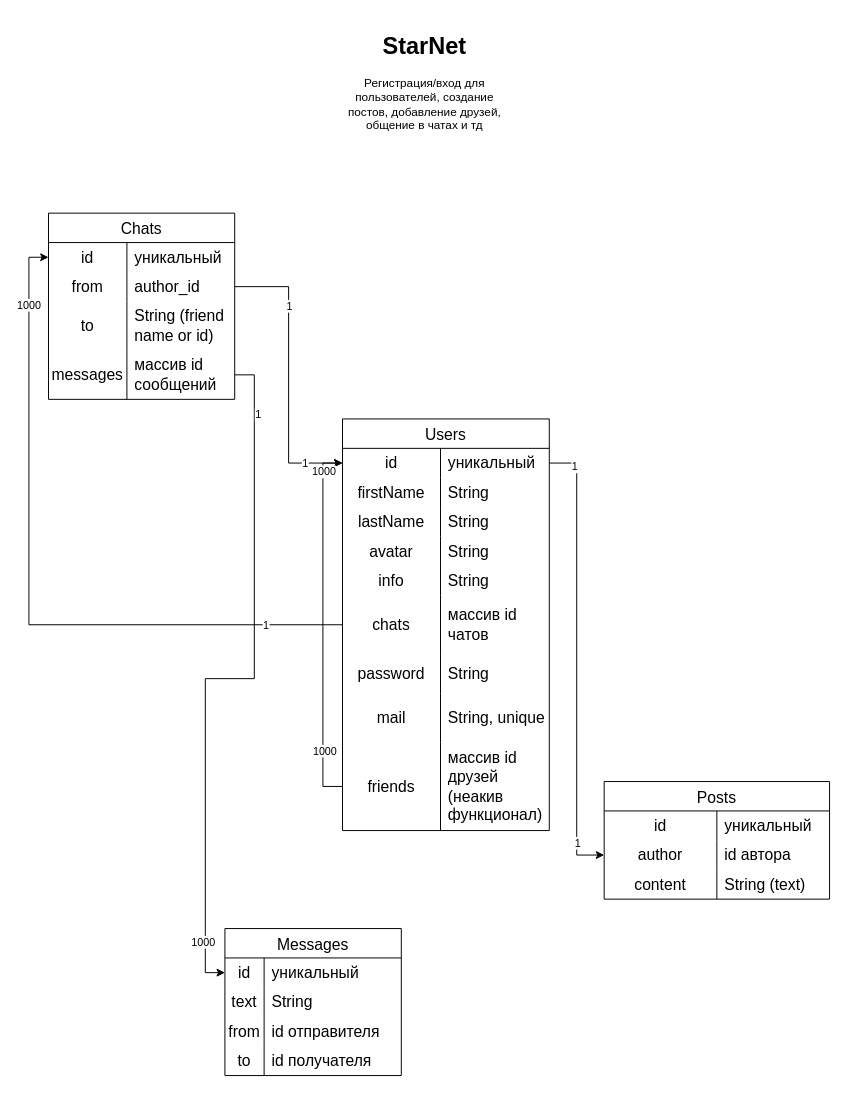
The draw.io diagram app-diagram.drawio in Roman3205/social-network-app, before the edit. Source tidied: cells renumbered, new cells numbered last; positions are measured from the earlier drawing's top-left corner, leaving out a move shared by most shapes. Both pictures are drawn from the tidied source at 98%, with x=0, y=0 at pixel (48, 26).
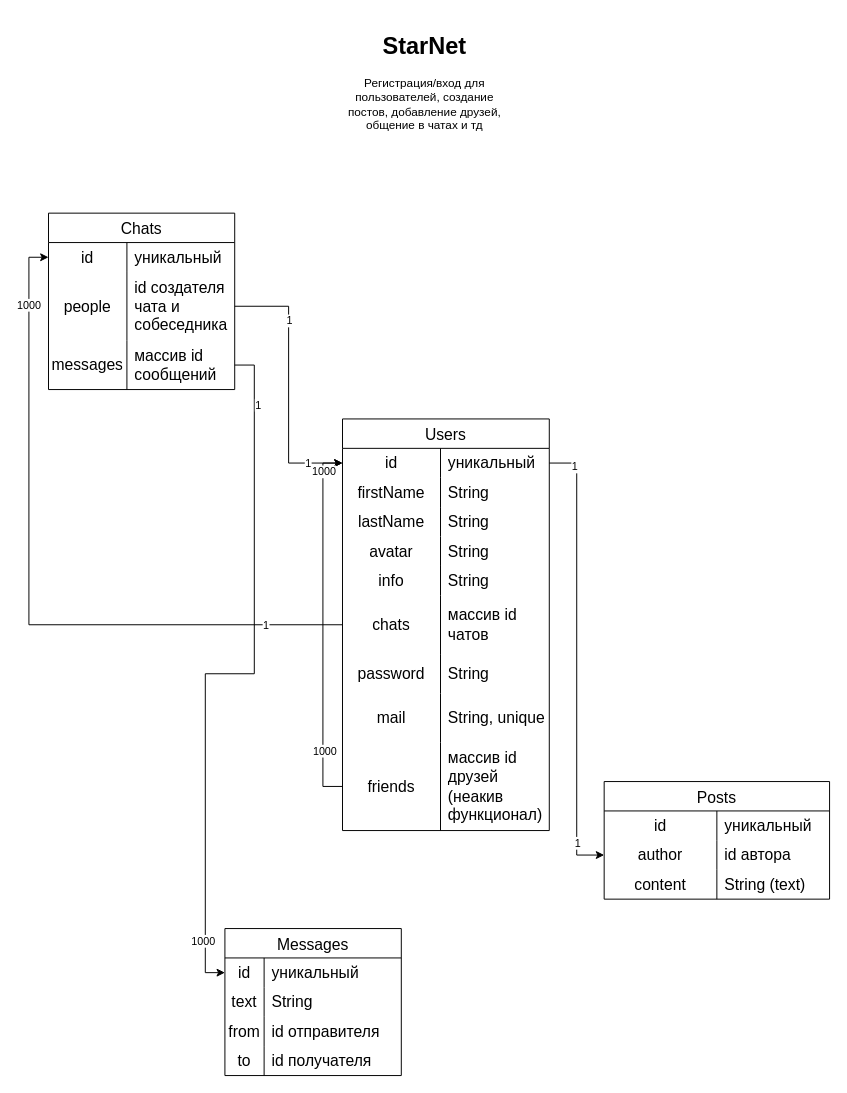
The same page after the edit.

The edit, as a diff of the source:
```diff
@@
     <mxCell id="53" value="Chats" style="shape=table;startSize=30;childLayout=tableLayout;rowLines=0;fontStyle=0;strokeColor=default;fontSize=16;" parent="1" vertex="1">
-      <mxGeometry y="190" width="190" height="190" as="geometry" />
+      <mxGeometry y="190" width="190" height="180" as="geometry" />
     </mxCell>
@@
     <mxCell id="57" style="shape=tableRow;horizontal=0;startSize=0;swimlaneHead=0;swimlaneBody=0;top=0;left=0;bottom=0;right=0;fillColor=none;points=[[0,0.5],[1,0.5]];portConstraint=eastwest;strokeColor=inherit;fontSize=16;" parent="53" vertex="1">
-      <mxGeometry y="60" width="190" height="30" as="geometry" />
+      <mxGeometry y="60" width="190" height="70" as="geometry" />
     </mxCell>
-    <mxCell id="58" value="from" style="shape=partialRectangle;html=1;whiteSpace=wrap;fillColor=none;top=0;left=0;bottom=0;right=0;overflow=hidden;strokeColor=inherit;fontSize=16;" parent="57" vertex="1">
-      <mxGeometry width="80" height="30" as="geometry" />
+    <mxCell id="58" value="people" style="shape=partialRectangle;html=1;whiteSpace=wrap;fillColor=none;top=0;left=0;bottom=0;right=0;overflow=hidden;strokeColor=inherit;fontSize=16;" parent="57" vertex="1">
+      <mxGeometry width="80" height="70" as="geometry" />
     </mxCell>
-    <mxCell id="59" value="author_id" style="shape=partialRectangle;html=1;whiteSpace=wrap;fillColor=none;top=0;left=0;bottom=0;right=0;align=left;spacingLeft=6;overflow=hidden;strokeColor=inherit;fontSize=16;" parent="57" vertex="1">
-      <mxGeometry x="80" width="110" height="30" as="geometry" />
+    <mxCell id="59" value="id создателя чата и собеседника" style="shape=partialRectangle;html=1;whiteSpace=wrap;fillColor=none;top=0;left=0;bottom=0;right=0;align=left;spacingLeft=6;overflow=hidden;strokeColor=inherit;fontSize=16;" parent="57" vertex="1">
+      <mxGeometry x="80" width="110" height="70" as="geometry" />
     </mxCell>
-    <mxCell id="60" style="shape=tableRow;horizontal=0;startSize=0;swimlaneHead=0;swimlaneBody=0;top=0;left=0;bottom=0;right=0;fillColor=none;strokeColor=inherit;fontSize=16;" parent="53" vertex="1">
-      <mxGeometry y="90" width="190" height="50" as="geometry" />
-    </mxCell>
-    <mxCell id="61" value="to" style="shape=partialRectangle;html=1;whiteSpace=wrap;fillColor=none;top=0;left=0;bottom=0;right=0;overflow=hidden;strokeColor=inherit;fontSize=16;" parent="60" vertex="1">
-      <mxGeometry width="80" height="50" as="geometry" />
-    </mxCell>
-    <mxCell id="62" value="String (friend name or id)" style="shape=partialRectangle;html=1;whiteSpace=wrap;fillColor=none;top=0;left=0;bottom=0;right=0;align=left;spacingLeft=6;overflow=hidden;strokeColor=inherit;fontSize=16;" parent="60" vertex="1">
-      <mxGeometry x="80" width="110" height="50" as="geometry" />
-    </mxCell>
     <mxCell id="63" style="shape=tableRow;horizontal=0;startSize=0;swimlaneHead=0;swimlaneBody=0;top=0;left=0;bottom=0;right=0;fillColor=none;points=[[0,0.5],[1,0.5]];portConstraint=eastwest;strokeColor=inherit;fontSize=16;" parent="53" vertex="1">
-      <mxGeometry y="140" width="190" height="50" as="geometry" />
+      <mxGeometry y="130" width="190" height="50" as="geometry" />
     </mxCell>
```
